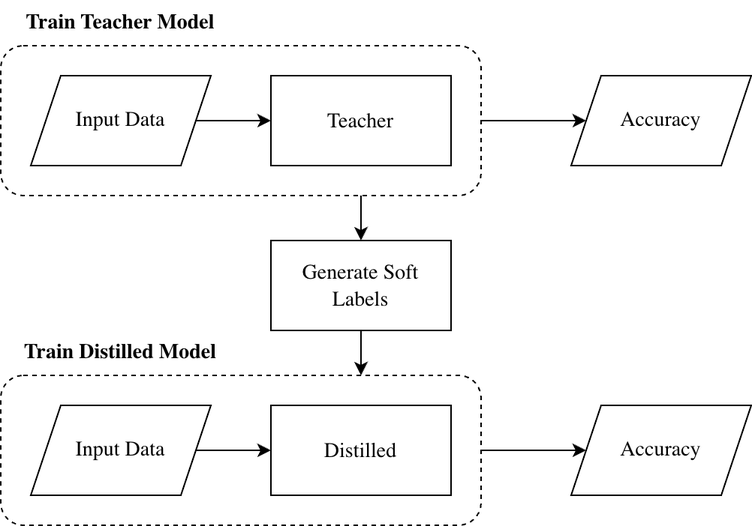
ckinateder/tsetlin-kd-v2 keeps this draw.io diagram as assets/latex_source/soft-labels-flow.png. Above is the earlier version. Source tidied: cells renumbered, new cells last; positions are measured from the earlier drawing's top-left corner, leaving out a move shared by most shapes. Source of this version:
```xml
<mxGraphModel math="1">
  <root>
    <mxCell id="0" />
    <mxCell id="1" parent="0" />
    <mxCell id="2" style="edgeStyle=orthogonalEdgeStyle;rounded=0;jettySize=auto;html=1;exitX=1;exitY=0.5;exitDx=0;exitDy=0;fontSize=14;" parent="1" edge="1" source="3" target="15">
      <mxGeometry relative="1" as="geometry" />
    </mxCell>
    <mxCell id="3" style="rounded=1;whiteSpace=wrap;html=1;fillColor=none;dashed=1;fontSize=14;" parent="1" vertex="1">
      <mxGeometry y="30" width="320" height="100" as="geometry" />
    </mxCell>
    <mxCell id="4" value="&lt;font face=&quot;Computer Modern&quot;&gt;Teacher&lt;/font&gt;" style="rounded=0;whiteSpace=wrap;html=1;fontSize=14;" parent="1" vertex="1">
      <mxGeometry x="180" y="50" width="120" height="60" as="geometry" />
    </mxCell>
    <mxCell id="5" style="edgeStyle=orthogonalEdgeStyle;rounded=0;jettySize=auto;html=1;fontSize=14;" parent="1" edge="1" source="6" target="16">
      <mxGeometry relative="1" as="geometry" />
    </mxCell>
    <mxCell id="6" style="rounded=1;whiteSpace=wrap;html=1;fillColor=none;dashed=1;fontSize=14;" parent="1" vertex="1">
      <mxGeometry y="250" width="320" height="100" as="geometry" />
    </mxCell>
    <mxCell id="7" value="&lt;font face=&quot;Computer Modern&quot;&gt;Distilled&lt;/font&gt;" style="rounded=0;whiteSpace=wrap;html=1;fontSize=14;" parent="1" vertex="1">
      <mxGeometry x="180" y="270" width="120" height="60" as="geometry" />
    </mxCell>
    <mxCell id="8" value="Train Distilled Model" style="text;html=1;align=center;verticalAlign=middle;whiteSpace=wrap;rounded=0;fontSize=14;fontFamily=Computer Modern;fontStyle=1;" parent="1" vertex="1">
      <mxGeometry y="220" width="160" height="30" as="geometry" />
    </mxCell>
    <mxCell id="9" value="Train Teacher Model" style="text;html=1;align=center;verticalAlign=middle;whiteSpace=wrap;rounded=0;fontSize=14;fontFamily=Computer Modern;fontStyle=1;" parent="1" vertex="1">
      <mxGeometry width="160" height="30" as="geometry" />
    </mxCell>
    <mxCell id="10" value="&lt;font face=&quot;Computer Modern&quot;&gt;Generate Soft Labels&lt;/font&gt;" style="rounded=0;whiteSpace=wrap;html=1;fontSize=14;" parent="1" vertex="1">
      <mxGeometry x="180" y="160" width="120" height="60" as="geometry" />
    </mxCell>
    <mxCell id="11" style="edgeStyle=orthogonalEdgeStyle;rounded=0;jettySize=auto;html=1;fontSize=14;" parent="1" edge="1" source="12" target="7">
      <mxGeometry relative="1" as="geometry" />
    </mxCell>
    <mxCell id="12" value="Input Data" style="shape=parallelogram;perimeter=parallelogramPerimeter;whiteSpace=wrap;html=1;fixedSize=1;fontSize=14;fontFamily=Computer Modern;" parent="1" vertex="1">
      <mxGeometry x="20" y="270" width="120" height="60" as="geometry" />
    </mxCell>
    <mxCell id="13" style="edgeStyle=orthogonalEdgeStyle;rounded=0;jettySize=auto;html=1;fontSize=14;" parent="1" edge="1" source="14" target="4">
      <mxGeometry relative="1" as="geometry" />
    </mxCell>
    <mxCell id="14" value="Input Data" style="shape=parallelogram;perimeter=parallelogramPerimeter;whiteSpace=wrap;html=1;fixedSize=1;fontSize=14;fontFamily=Computer Modern;" parent="1" vertex="1">
      <mxGeometry x="20" y="50" width="120" height="60" as="geometry" />
    </mxCell>
    <mxCell id="15" value="Accuracy" style="shape=parallelogram;perimeter=parallelogramPerimeter;whiteSpace=wrap;html=1;fixedSize=1;fontSize=14;fontFamily=Computer Modern;" parent="1" vertex="1">
      <mxGeometry x="380" y="50" width="120" height="60" as="geometry" />
    </mxCell>
    <mxCell id="16" value="Accuracy" style="shape=parallelogram;perimeter=parallelogramPerimeter;whiteSpace=wrap;html=1;fixedSize=1;fontSize=14;fontFamily=Computer Modern;" parent="1" vertex="1">
      <mxGeometry x="380" y="270" width="120" height="60" as="geometry" />
    </mxCell>
    <mxCell id="17" style="endArrow=classic;html=1;rounded=0;exitX=0.75;exitY=1;exitDx=0;exitDy=0;entryX=0.5;entryY=0;entryDx=0;entryDy=0;" parent="1" edge="1" source="3" target="10">
      <mxGeometry relative="1" as="geometry" />
    </mxCell>
    <mxCell id="18" style="endArrow=classic;html=1;rounded=0;exitX=0.5;exitY=1;exitDx=0;exitDy=0;entryX=0.75;entryY=0;entryDx=0;entryDy=0;" parent="1" edge="1" source="10" target="6">
      <mxGeometry relative="1" as="geometry" />
    </mxCell>
  </root>
</mxGraphModel>
```
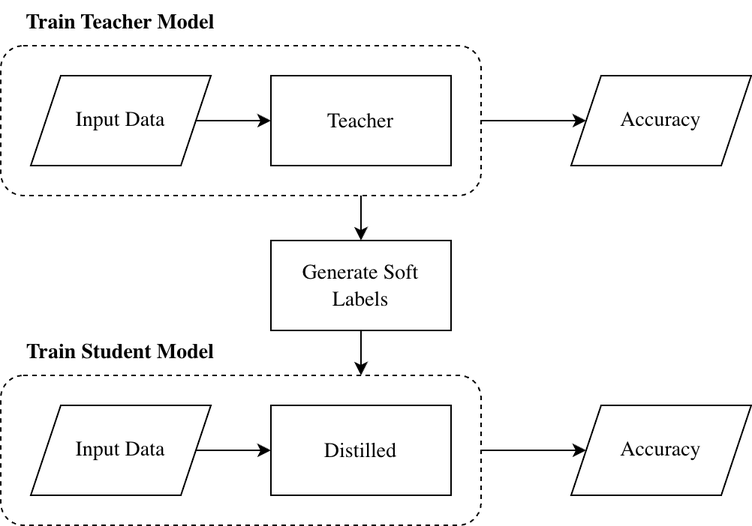
After the change.

Diff of the diagram source:
```diff
@@ -20,7 +20,7 @@
     <mxCell id="7" value="&lt;font face=&quot;Computer Modern&quot;&gt;Distilled&lt;/font&gt;" style="rounded=0;whiteSpace=wrap;html=1;fontSize=14;" parent="1" vertex="1">
       <mxGeometry x="180" y="270" width="120" height="60" as="geometry" />
     </mxCell>
-    <mxCell id="8" value="Train Distilled Model" style="text;html=1;align=center;verticalAlign=middle;whiteSpace=wrap;rounded=0;fontSize=14;fontFamily=Computer Modern;fontStyle=1;" parent="1" vertex="1">
+    <mxCell id="8" value="Train Student Model" style="text;html=1;align=center;verticalAlign=middle;whiteSpace=wrap;rounded=0;fontSize=14;fontFamily=Computer Modern;fontStyle=1;" parent="1" vertex="1">
       <mxGeometry y="220" width="160" height="30" as="geometry" />
     </mxCell>
     <mxCell id="9" value="Train Teacher Model" style="text;html=1;align=center;verticalAlign=middle;whiteSpace=wrap;rounded=0;fontSize=14;fontFamily=Computer Modern;fontStyle=1;" parent="1" vertex="1">
```
